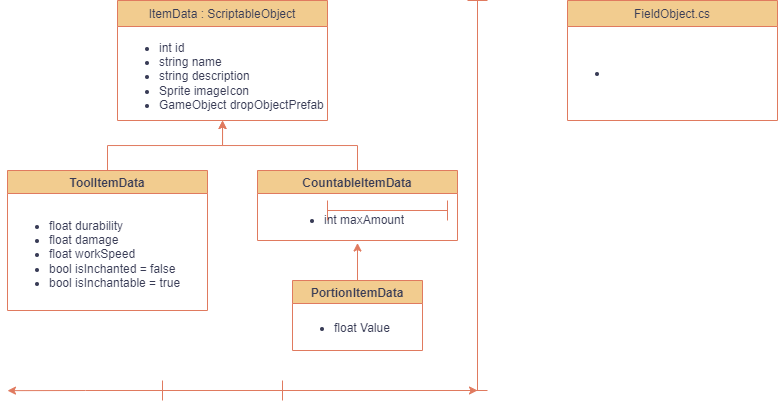
Before: 제목 없는 다이어그램.drawio.png, a diagram exported from draw.io (hae-seung/ddolking). Source tidied: cells renumbered, new cells last; positions are measured from the earlier drawing's top-left corner, leaving out a move shared by most shapes.
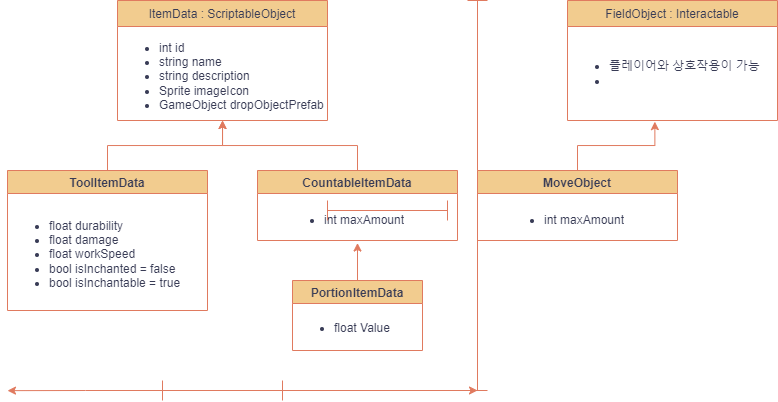
After the commit.

Commit message:
제목 없는 다이어그램.drawio.png 업데이트

Change to the diagram source:
```diff
@@ -56,11 +56,20 @@
         </Array>
       </mxGeometry>
     </mxCell>
-    <mxCell id="18" value="FieldObject.cs" style="swimlane;fontStyle=0;align=center;verticalAlign=top;horizontal=1;startSize=26;rounded=0;shadow=0;strokeWidth=1;labelBackgroundColor=none;fillColor=#F2CC8F;strokeColor=#E07A5F;fontColor=#393C56;" parent="1" vertex="1">
+    <mxCell id="18" value="FieldObject : Interactable" style="swimlane;fontStyle=0;align=center;verticalAlign=top;horizontal=1;startSize=26;rounded=0;shadow=0;strokeWidth=1;labelBackgroundColor=none;fillColor=#F2CC8F;strokeColor=#E07A5F;fontColor=#393C56;" parent="1" vertex="1">
       <mxGeometry x="560" width="210" height="120" as="geometry" />
     </mxCell>
-    <mxCell id="19" value="&lt;ul&gt;&lt;li&gt;&lt;br&gt;&lt;/li&gt;&lt;/ul&gt;" style="text;strokeColor=none;fillColor=none;html=1;whiteSpace=wrap;verticalAlign=middle;overflow=hidden;fontColor=#393C56;" parent="18" vertex="1">
+    <mxCell id="19" value="&lt;ul&gt;&lt;li&gt;플레이어와 상호작용이 가능&lt;/li&gt;&lt;li&gt;&lt;br&gt;&lt;/li&gt;&lt;/ul&gt;" style="text;strokeColor=none;fillColor=none;html=1;whiteSpace=wrap;verticalAlign=middle;overflow=hidden;fontColor=#393C56;" parent="18" vertex="1">
       <mxGeometry y="26" width="210" height="94" as="geometry" />
     </mxCell>
+    <mxCell id="20" value="MoveObject" style="swimlane;strokeColor=#E07A5F;fontColor=#393C56;fillColor=#F2CC8F;" parent="1" vertex="1">
+      <mxGeometry x="470" y="170" width="200" height="70" as="geometry" />
+    </mxCell>
+    <mxCell id="21" value="&lt;ul&gt;&lt;li&gt;int maxAmount&lt;/li&gt;&lt;/ul&gt;" style="text;strokeColor=none;fillColor=none;html=1;whiteSpace=wrap;verticalAlign=middle;overflow=hidden;fontColor=#393C56;" parent="20" vertex="1">
+      <mxGeometry x="25" y="27.5" width="150" height="45" as="geometry" />
+    </mxCell>
+    <mxCell id="22" style="edgeStyle=orthogonalEdgeStyle;rounded=0;jettySize=auto;html=1;entryX=0.416;entryY=1.012;entryDx=0;entryDy=0;entryPerimeter=0;strokeColor=#E07A5F;fontColor=#393C56;fillColor=#F2CC8F;" parent="1" edge="1" source="20" target="19">
+      <mxGeometry relative="1" as="geometry" />
+    </mxCell>
   </root>
 </mxGraphModel>
```
